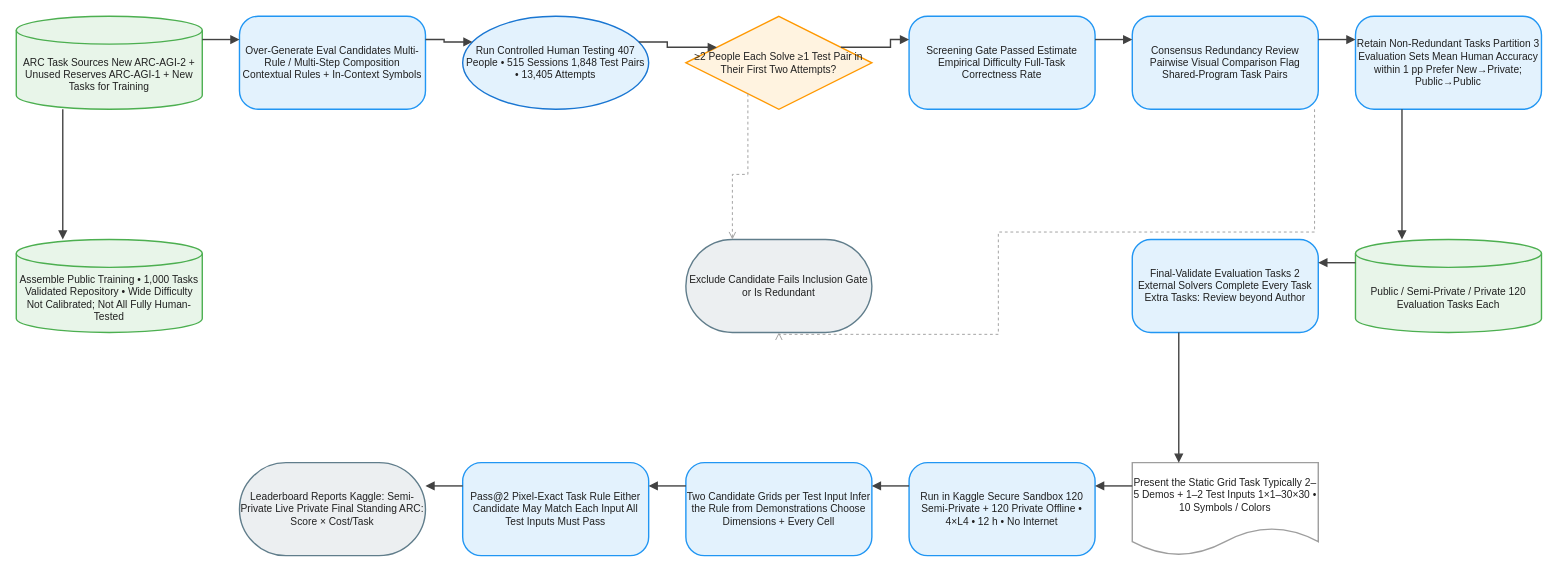
joe1chief/benchmark-hub keeps this draw.io diagram as client/public/drawio/ARC-AGI-2/ARC-AGI-2.en.drawio. Above is the earlier version. Source tidied: cells renumbered, new cells numbered last; positions are measured from the earlier drawing's top-left corner, leaving out a move shared by most shapes. Both pictures are drawn from the tidied source at 93%, with x=0, y=0 at pixel (16, 16).
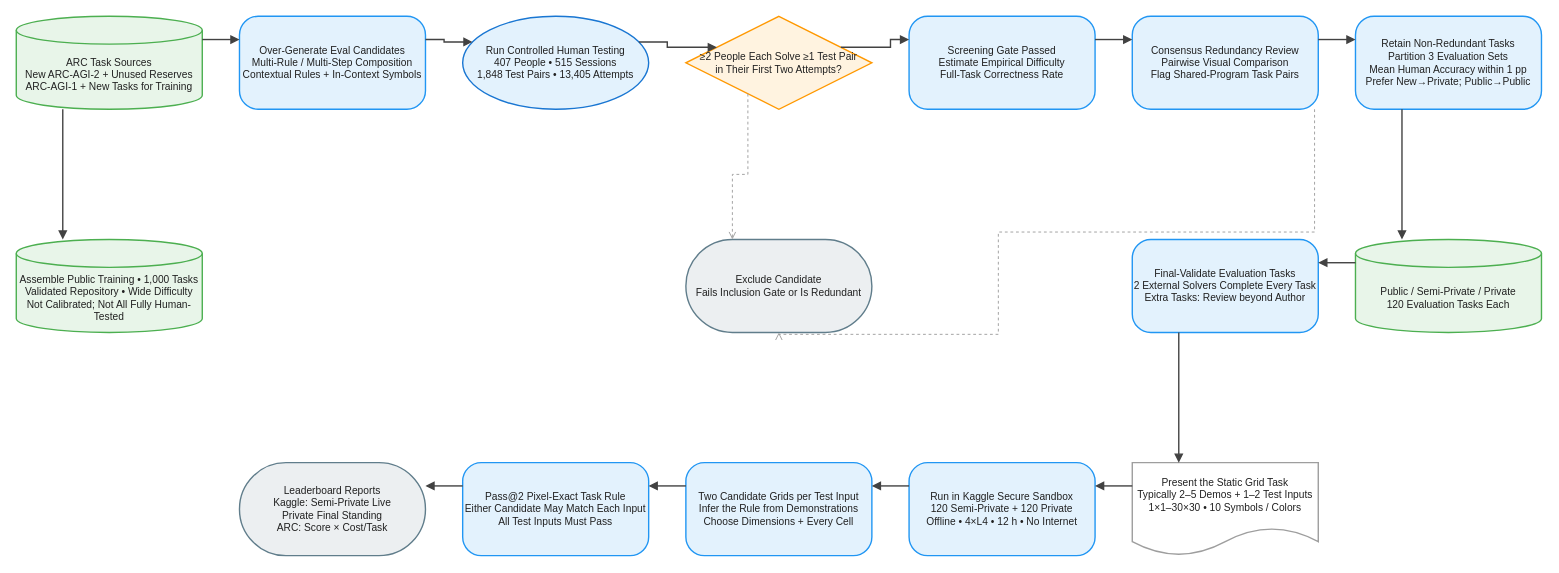
The same page after the edit.

Diff of the diagram source:
```diff
@@
-    <mxCell id="2" value="ARC Task Sources New ARC-AGI-2 + Unused Reserves ARC-AGI-1 + New Tasks for Training" style="shape=cylinder3;boundedLbl=1;backgroundOutline=1;size=15;html=1;whiteSpace=wrap;fillColor=#E8F5E9;strokeColor=#4CAF50;strokeWidth=1.5;fontColor=#212121;fontSize=11;fontFamily=Arial, Helvetica, sans-serif;verticalAlign=middle;align=center;" parent="1" vertex="1">
+    <mxCell id="2" value="ARC Task Sources&#10;New ARC-AGI-2 + Unused Reserves&#10;ARC-AGI-1 + New Tasks for Training" style="shape=cylinder3;boundedLbl=1;backgroundOutline=1;size=15;html=0;convertToSvg=1;whiteSpace=wrap;fillColor=#E8F5E9;strokeColor=#4CAF50;strokeWidth=1.5;fontColor=#212121;fontSize=11;fontFamily=Arial, Helvetica, sans-serif;verticalAlign=middle;align=center;" parent="1" vertex="1">
       <mxGeometry width="200" height="100" as="geometry" />
     </mxCell>
-    <mxCell id="3" value="Over-Generate Eval Candidates Multi-Rule / Multi-Step Composition Contextual Rules + In-Context Symbols" style="rounded=1;arcSize=20;html=1;whiteSpace=wrap;fillColor=#E3F2FD;strokeColor=#2196F3;strokeWidth=1.5;fontColor=#212121;fontSize=11;fontFamily=Arial, Helvetica, sans-serif;verticalAlign=middle;align=center;" parent="1" vertex="1">
+    <mxCell id="3" value="Over-Generate Eval Candidates&#10;Multi-Rule / Multi-Step Composition&#10;Contextual Rules + In-Context Symbols" style="rounded=1;arcSize=20;html=0;convertToSvg=1;whiteSpace=wrap;fillColor=#E3F2FD;strokeColor=#2196F3;strokeWidth=1.5;fontColor=#212121;fontSize=11;fontFamily=Arial, Helvetica, sans-serif;verticalAlign=middle;align=center;" parent="1" vertex="1">
       <mxGeometry x="240" width="200" height="100" as="geometry" />
     </mxCell>
-    <mxCell id="4" value="Run Controlled Human Testing 407 People • 515 Sessions 1,848 Test Pairs • 13,405 Attempts" style="ellipse;html=1;whiteSpace=wrap;fillColor=#E3F2FD;strokeColor=#1976D2;strokeWidth=1.5;fontColor=#212121;fontSize=11;fontFamily=Arial, Helvetica, sans-serif;verticalAlign=middle;align=center;" parent="1" vertex="1">
+    <mxCell id="4" value="Run Controlled Human Testing&#10;407 People • 515 Sessions&#10;1,848 Test Pairs • 13,405 Attempts" style="ellipse;html=0;convertToSvg=1;whiteSpace=wrap;fillColor=#E3F2FD;strokeColor=#1976D2;strokeWidth=1.5;fontColor=#212121;fontSize=11;fontFamily=Arial, Helvetica, sans-serif;verticalAlign=middle;align=center;" parent="1" vertex="1">
       <mxGeometry x="480" width="200" height="100" as="geometry" />
     </mxCell>
-    <mxCell id="5" value="≥2 People Each Solve ≥1 Test Pair in Their First Two Attempts?" style="rhombus;html=1;whiteSpace=wrap;fillColor=#FFF3E0;strokeColor=#FF9800;strokeWidth=1.5;fontColor=#212121;fontSize=11;fontFamily=Arial, Helvetica, sans-serif;verticalAlign=middle;align=center;" parent="1" vertex="1">
+    <mxCell id="5" value="≥2 People Each Solve ≥1 Test Pair&#10;in Their First Two Attempts?" style="rhombus;html=0;convertToSvg=1;whiteSpace=wrap;fillColor=#FFF3E0;strokeColor=#FF9800;strokeWidth=1.5;fontColor=#212121;fontSize=11;fontFamily=Arial, Helvetica, sans-serif;verticalAlign=middle;align=center;" parent="1" vertex="1">
       <mxGeometry x="720" width="200" height="100" as="geometry" />
     </mxCell>
-    <mxCell id="6" value="Screening Gate Passed Estimate Empirical Difficulty Full-Task Correctness Rate" style="rounded=1;arcSize=20;html=1;whiteSpace=wrap;fillColor=#E3F2FD;strokeColor=#2196F3;strokeWidth=1.5;fontColor=#212121;fontSize=11;fontFamily=Arial, Helvetica, sans-serif;verticalAlign=middle;align=center;" parent="1" vertex="1">
+    <mxCell id="6" value="Screening Gate Passed&#10;Estimate Empirical Difficulty&#10;Full-Task Correctness Rate" style="rounded=1;arcSize=20;html=0;convertToSvg=1;whiteSpace=wrap;fillColor=#E3F2FD;strokeColor=#2196F3;strokeWidth=1.5;fontColor=#212121;fontSize=11;fontFamily=Arial, Helvetica, sans-serif;verticalAlign=middle;align=center;" parent="1" vertex="1">
       <mxGeometry x="960" width="200" height="100" as="geometry" />
     </mxCell>
-    <mxCell id="7" value="Consensus Redundancy Review Pairwise Visual Comparison Flag Shared-Program Task Pairs" style="rounded=1;arcSize=20;html=1;whiteSpace=wrap;fillColor=#E3F2FD;strokeColor=#2196F3;strokeWidth=1.5;fontColor=#212121;fontSize=11;fontFamily=Arial, Helvetica, sans-serif;verticalAlign=middle;align=center;" parent="1" vertex="1">
+    <mxCell id="7" value="Consensus Redundancy Review&#10;Pairwise Visual Comparison&#10;Flag Shared-Program Task Pairs" style="rounded=1;arcSize=20;html=0;convertToSvg=1;whiteSpace=wrap;fillColor=#E3F2FD;strokeColor=#2196F3;strokeWidth=1.5;fontColor=#212121;fontSize=11;fontFamily=Arial, Helvetica, sans-serif;verticalAlign=middle;align=center;" parent="1" vertex="1">
       <mxGeometry x="1200" width="200" height="100" as="geometry" />
     </mxCell>
-    <mxCell id="8" value="Retain Non-Redundant Tasks Partition 3 Evaluation Sets Mean Human Accuracy within 1 pp Prefer New→Private; Public→Public" style="rounded=1;arcSize=20;html=1;whiteSpace=wrap;fillColor=#E3F2FD;strokeColor=#2196F3;strokeWidth=1.5;fontColor=#212121;fontSize=11;fontFamily=Arial, Helvetica, sans-serif;verticalAlign=middle;align=center;" parent="1" vertex="1">
+    <mxCell id="8" value="Retain Non-Redundant Tasks&#10;Partition 3 Evaluation Sets&#10;Mean Human Accuracy within 1 pp&#10;Prefer New→Private; Public→Public" style="rounded=1;arcSize=20;html=0;convertToSvg=1;whiteSpace=wrap;fillColor=#E3F2FD;strokeColor=#2196F3;strokeWidth=1.5;fontColor=#212121;fontSize=11;fontFamily=Arial, Helvetica, sans-serif;verticalAlign=middle;align=center;" parent="1" vertex="1">
       <mxGeometry x="1440" width="200" height="100" as="geometry" />
     </mxCell>
-    <mxCell id="9" value="Assemble Public Training • 1,000 Tasks Validated Repository • Wide Difficulty Not Calibrated; Not All Fully Human-Tested" style="shape=cylinder3;boundedLbl=1;backgroundOutline=1;size=15;html=1;whiteSpace=wrap;fillColor=#E8F5E9;strokeColor=#4CAF50;strokeWidth=1.5;fontColor=#212121;fontSize=11;fontFamily=Arial, Helvetica, sans-serif;verticalAlign=middle;align=center;" parent="1" vertex="1">
+    <mxCell id="9" value="Assemble Public Training • 1,000 Tasks&#10;Validated Repository • Wide Difficulty&#10;Not Calibrated; Not All Fully Human-Tested" style="shape=cylinder3;boundedLbl=1;backgroundOutline=1;size=15;html=0;convertToSvg=1;whiteSpace=wrap;fillColor=#E8F5E9;strokeColor=#4CAF50;strokeWidth=1.5;fontColor=#212121;fontSize=11;fontFamily=Arial, Helvetica, sans-serif;verticalAlign=middle;align=center;" parent="1" vertex="1">
       <mxGeometry y="240" width="200" height="100" as="geometry" />
     </mxCell>
-    <mxCell id="10" value="Public / Semi-Private / Private 120 Evaluation Tasks Each" style="shape=cylinder3;boundedLbl=1;backgroundOutline=1;size=15;html=1;whiteSpace=wrap;fillColor=#E8F5E9;strokeColor=#4CAF50;strokeWidth=1.5;fontColor=#212121;fontSize=11;fontFamily=Arial, Helvetica, sans-serif;verticalAlign=middle;align=center;" parent="1" vertex="1">
+    <mxCell id="10" value="Public / Semi-Private / Private&#10;120 Evaluation Tasks Each" style="shape=cylinder3;boundedLbl=1;backgroundOutline=1;size=15;html=0;convertToSvg=1;whiteSpace=wrap;fillColor=#E8F5E9;strokeColor=#4CAF50;strokeWidth=1.5;fontColor=#212121;fontSize=11;fontFamily=Arial, Helvetica, sans-serif;verticalAlign=middle;align=center;" parent="1" vertex="1">
       <mxGeometry x="1440" y="240" width="200" height="100" as="geometry" />
     </mxCell>
-    <mxCell id="11" value="Exclude Candidate Fails Inclusion Gate or Is Redundant" style="rounded=1;arcSize=50;html=1;whiteSpace=wrap;fillColor=#ECEFF1;strokeColor=#607D8B;strokeWidth=1.5;fontColor=#212121;fontSize=11;fontFamily=Arial, Helvetica, sans-serif;verticalAlign=middle;align=center;" parent="1" vertex="1">
+    <mxCell id="11" value="Exclude Candidate&#10;Fails Inclusion Gate or Is Redundant" style="rounded=1;arcSize=50;html=0;convertToSvg=1;whiteSpace=wrap;fillColor=#ECEFF1;strokeColor=#607D8B;strokeWidth=1.5;fontColor=#212121;fontSize=11;fontFamily=Arial, Helvetica, sans-serif;verticalAlign=middle;align=center;" parent="1" vertex="1">
       <mxGeometry x="720" y="240" width="200" height="100" as="geometry" />
     </mxCell>
-    <mxCell id="12" value="Final-Validate Evaluation Tasks 2 External Solvers Complete Every Task Extra Tasks: Review beyond Author" style="rounded=1;arcSize=20;html=1;whiteSpace=wrap;fillColor=#E3F2FD;strokeColor=#2196F3;strokeWidth=1.5;fontColor=#212121;fontSize=11;fontFamily=Arial, Helvetica, sans-serif;verticalAlign=middle;align=center;" parent="1" vertex="1">
+    <mxCell id="12" value="Final-Validate Evaluation Tasks&#10;2 External Solvers Complete Every Task&#10;Extra Tasks: Review beyond Author" style="rounded=1;arcSize=20;html=0;convertToSvg=1;whiteSpace=wrap;fillColor=#E3F2FD;strokeColor=#2196F3;strokeWidth=1.5;fontColor=#212121;fontSize=11;fontFamily=Arial, Helvetica, sans-serif;verticalAlign=middle;align=center;" parent="1" vertex="1">
       <mxGeometry x="1200" y="240" width="200" height="100" as="geometry" />
     </mxCell>
-    <mxCell id="13" value="Present the Static Grid Task Typically 2–5 Demos + 1–2 Test Inputs 1×1–30×30 • 10 Symbols / Colors" style="shape=document;boundedLbl=1;html=1;whiteSpace=wrap;fillColor=#FFFFFF;strokeColor=#9E9E9E;strokeWidth=1.5;fontColor=#212121;fontSize=11;fontFamily=Arial, Helvetica, sans-serif;verticalAlign=middle;align=center;" parent="1" vertex="1">
+    <mxCell id="13" value="Present the Static Grid Task&#10;Typically 2–5 Demos + 1–2 Test Inputs&#10;1×1–30×30 • 10 Symbols / Colors" style="shape=document;boundedLbl=1;html=0;convertToSvg=1;whiteSpace=wrap;fillColor=#FFFFFF;strokeColor=#9E9E9E;strokeWidth=1.5;fontColor=#212121;fontSize=11;fontFamily=Arial, Helvetica, sans-serif;verticalAlign=middle;align=center;" parent="1" vertex="1">
       <mxGeometry x="1200" y="480" width="200" height="100" as="geometry" />
     </mxCell>
-    <mxCell id="14" value="Run in Kaggle Secure Sandbox 120 Semi-Private + 120 Private Offline • 4×L4 • 12 h • No Internet" style="rounded=1;arcSize=20;html=1;whiteSpace=wrap;fillColor=#E3F2FD;strokeColor=#2196F3;strokeWidth=1.5;fontColor=#212121;fontSize=11;fontFamily=Arial, Helvetica, sans-serif;verticalAlign=middle;align=center;" parent="1" vertex="1">
+    <mxCell id="14" value="Run in Kaggle Secure Sandbox&#10;120 Semi-Private + 120 Private&#10;Offline • 4×L4 • 12 h • No Internet" style="rounded=1;arcSize=20;html=0;convertToSvg=1;whiteSpace=wrap;fillColor=#E3F2FD;strokeColor=#2196F3;strokeWidth=1.5;fontColor=#212121;fontSize=11;fontFamily=Arial, Helvetica, sans-serif;verticalAlign=middle;align=center;" parent="1" vertex="1">
       <mxGeometry x="960" y="480" width="200" height="100" as="geometry" />
     </mxCell>
-    <mxCell id="15" value="Two Candidate Grids per Test Input Infer the Rule from Demonstrations Choose Dimensions + Every Cell" style="rounded=1;arcSize=20;html=1;whiteSpace=wrap;fillColor=#E3F2FD;strokeColor=#2196F3;strokeWidth=1.5;fontColor=#212121;fontSize=11;fontFamily=Arial, Helvetica, sans-serif;verticalAlign=middle;align=center;" parent="1" vertex="1">
+    <mxCell id="15" value="Two Candidate Grids per Test Input&#10;Infer the Rule from Demonstrations&#10;Choose Dimensions + Every Cell" style="rounded=1;arcSize=20;html=0;convertToSvg=1;whiteSpace=wrap;fillColor=#E3F2FD;strokeColor=#2196F3;strokeWidth=1.5;fontColor=#212121;fontSize=11;fontFamily=Arial, Helvetica, sans-serif;verticalAlign=middle;align=center;" parent="1" vertex="1">
       <mxGeometry x="720" y="480" width="200" height="100" as="geometry" />
     </mxCell>
-    <mxCell id="16" value="Pass@2 Pixel-Exact Task Rule Either Candidate May Match Each Input All Test Inputs Must Pass" style="rounded=1;arcSize=20;html=1;whiteSpace=wrap;fillColor=#E3F2FD;strokeColor=#2196F3;strokeWidth=1.5;fontColor=#212121;fontSize=11;fontFamily=Arial, Helvetica, sans-serif;verticalAlign=middle;align=center;" parent="1" vertex="1">
+    <mxCell id="16" value="Pass@2 Pixel-Exact Task Rule&#10;Either Candidate May Match Each Input&#10;All Test Inputs Must Pass" style="rounded=1;arcSize=20;html=0;convertToSvg=1;whiteSpace=wrap;fillColor=#E3F2FD;strokeColor=#2196F3;strokeWidth=1.5;fontColor=#212121;fontSize=11;fontFamily=Arial, Helvetica, sans-serif;verticalAlign=middle;align=center;" parent="1" vertex="1">
       <mxGeometry x="480" y="480" width="200" height="100" as="geometry" />
     </mxCell>
-    <mxCell id="17" value="Leaderboard Reports Kaggle: Semi-Private Live Private Final Standing ARC: Score × Cost/Task" style="rounded=1;arcSize=50;html=1;whiteSpace=wrap;fillColor=#ECEFF1;strokeColor=#607D8B;strokeWidth=1.5;fontColor=#212121;fontSize=11;fontFamily=Arial, Helvetica, sans-serif;verticalAlign=middle;align=center;" parent="1" vertex="1">
+    <mxCell id="17" value="Leaderboard Reports&#10;Kaggle: Semi-Private Live&#10;Private Final Standing&#10;ARC: Score × Cost/Task" style="rounded=1;arcSize=50;html=0;convertToSvg=1;whiteSpace=wrap;fillColor=#ECEFF1;strokeColor=#607D8B;strokeWidth=1.5;fontColor=#212121;fontSize=11;fontFamily=Arial, Helvetica, sans-serif;verticalAlign=middle;align=center;" parent="1" vertex="1">
       <mxGeometry x="240" y="480" width="200" height="100" as="geometry" />
     </mxCell>
-    <mxCell id="18" style="edgeStyle=orthogonalEdgeStyle;rounded=0;jettySize=auto;html=1;strokeColor=#424242;strokeWidth=1.5;endArrow=block;endFill=1;exitX=1;exitY=0.25;exitDx=0;exitDy=0;entryX=0;entryY=0.25;entryDx=0;entryDy=0;jumpStyle=arc;jumpSize=8;" parent="1" edge="1" source="2" target="3">
+    <mxCell id="18" style="edgeStyle=orthogonalEdgeStyle;rounded=0;jettySize=auto;html=0;convertToSvg=1;strokeColor=#424242;strokeWidth=1.5;endArrow=block;endFill=1;exitX=1;exitY=0.25;exitDx=0;exitDy=0;entryX=0;entryY=0.25;entryDx=0;entryDy=0;jumpStyle=arc;jumpSize=8;" parent="1" edge="1" source="2" target="3">
       <mxGeometry relative="1" as="geometry" />
     </mxCell>
-    <mxCell id="19" style="edgeStyle=orthogonalEdgeStyle;rounded=0;jettySize=auto;html=1;strokeColor=#424242;strokeWidth=1.5;endArrow=block;endFill=1;exitX=0.25;exitY=1;exitDx=0;exitDy=0;entryX=0.25;entryY=0;entryDx=0;entryDy=0;jumpStyle=arc;jumpSize=8;" parent="1" edge="1" source="2" target="9">
+    <mxCell id="19" style="edgeStyle=orthogonalEdgeStyle;rounded=0;jettySize=auto;html=0;convertToSvg=1;strokeColor=#424242;strokeWidth=1.5;endArrow=block;endFill=1;exitX=0.25;exitY=1;exitDx=0;exitDy=0;entryX=0.25;entryY=0;entryDx=0;entryDy=0;jumpStyle=arc;jumpSize=8;" parent="1" edge="1" source="2" target="9">
       <mxGeometry relative="1" as="geometry" />
     </mxCell>
-    <mxCell id="20" style="edgeStyle=orthogonalEdgeStyle;rounded=0;jettySize=auto;html=1;strokeColor=#424242;strokeWidth=1.5;endArrow=block;endFill=1;exitX=1;exitY=0.25;exitDx=0;exitDy=0;entryX=0;entryY=0.25;entryDx=0;entryDy=0;jumpStyle=arc;jumpSize=8;" parent="1" edge="1" source="3" target="4">
+    <mxCell id="20" style="edgeStyle=orthogonalEdgeStyle;rounded=0;jettySize=auto;html=0;convertToSvg=1;strokeColor=#424242;strokeWidth=1.5;endArrow=block;endFill=1;exitX=1;exitY=0.25;exitDx=0;exitDy=0;entryX=0;entryY=0.25;entryDx=0;entryDy=0;jumpStyle=arc;jumpSize=8;" parent="1" edge="1" source="3" target="4">
       <mxGeometry relative="1" as="geometry" />
     </mxCell>
-    <mxCell id="21" style="edgeStyle=orthogonalEdgeStyle;rounded=0;jettySize=auto;html=1;strokeColor=#424242;strokeWidth=1.5;endArrow=block;endFill=1;exitX=1;exitY=0.25;exitDx=0;exitDy=0;entryX=0;entryY=0.25;entryDx=0;entryDy=0;jumpStyle=arc;jumpSize=8;" parent="1" edge="1" source="4" target="5">
+    <mxCell id="21" style="edgeStyle=orthogonalEdgeStyle;rounded=0;jettySize=auto;html=0;convertToSvg=1;strokeColor=#424242;strokeWidth=1.5;endArrow=block;endFill=1;exitX=1;exitY=0.25;exitDx=0;exitDy=0;entryX=0;entryY=0.25;entryDx=0;entryDy=0;jumpStyle=arc;jumpSize=8;" parent="1" edge="1" source="4" target="5">
       <mxGeometry relative="1" as="geometry" />
     </mxCell>
-    <mxCell id="22" style="edgeStyle=orthogonalEdgeStyle;rounded=0;jettySize=auto;html=1;strokeColor=#424242;strokeWidth=1.5;endArrow=block;endFill=1;exitX=1;exitY=0.25;exitDx=0;exitDy=0;entryX=0;entryY=0.25;entryDx=0;entryDy=0;jumpStyle=arc;jumpSize=8;" parent="1" edge="1" source="5" target="6">
+    <mxCell id="22" style="edgeStyle=orthogonalEdgeStyle;rounded=0;jettySize=auto;html=0;convertToSvg=1;strokeColor=#424242;strokeWidth=1.5;endArrow=block;endFill=1;exitX=1;exitY=0.25;exitDx=0;exitDy=0;entryX=0;entryY=0.25;entryDx=0;entryDy=0;jumpStyle=arc;jumpSize=8;" parent="1" edge="1" source="5" target="6">
       <mxGeometry relative="1" as="geometry" />
     </mxCell>
-    <mxCell id="23" style="edgeStyle=orthogonalEdgeStyle;rounded=0;jettySize=auto;html=1;strokeColor=#9E9E9E;strokeWidth=1;endArrow=open;endFill=0;exitX=0.25;exitY=1;exitDx=0;exitDy=0;entryX=0.25;entryY=0;entryDx=0;entryDy=0;dashed=1;dashPattern=3 3;jumpStyle=arc;jumpSize=8;" parent="1" edge="1" source="5" target="11">
+    <mxCell id="23" style="edgeStyle=orthogonalEdgeStyle;rounded=0;jettySize=auto;html=0;convertToSvg=1;strokeColor=#9E9E9E;strokeWidth=1;endArrow=open;endFill=0;exitX=0.25;exitY=1;exitDx=0;exitDy=0;entryX=0.25;entryY=0;entryDx=0;entryDy=0;dashed=1;dashPattern=3 3;jumpStyle=arc;jumpSize=8;" parent="1" edge="1" source="5" target="11">
       <mxGeometry relative="1" as="geometry" />
     </mxCell>
-    <mxCell id="24" style="edgeStyle=orthogonalEdgeStyle;rounded=0;jettySize=auto;html=1;strokeColor=#424242;strokeWidth=1.5;endArrow=block;endFill=1;exitX=1;exitY=0.25;exitDx=0;exitDy=0;entryX=0;entryY=0.25;entryDx=0;entryDy=0;jumpStyle=arc;jumpSize=8;" parent="1" edge="1" source="6" target="7">
+    <mxCell id="24" style="edgeStyle=orthogonalEdgeStyle;rounded=0;jettySize=auto;html=0;convertToSvg=1;strokeColor=#424242;strokeWidth=1.5;endArrow=block;endFill=1;exitX=1;exitY=0.25;exitDx=0;exitDy=0;entryX=0;entryY=0.25;entryDx=0;entryDy=0;jumpStyle=arc;jumpSize=8;" parent="1" edge="1" source="6" target="7">
       <mxGeometry relative="1" as="geometry" />
     </mxCell>
-    <mxCell id="25" style="edgeStyle=orthogonalEdgeStyle;rounded=0;jettySize=auto;html=1;strokeColor=#424242;strokeWidth=1.5;endArrow=block;endFill=1;exitX=1;exitY=0.25;exitDx=0;exitDy=0;entryX=0;entryY=0.25;entryDx=0;entryDy=0;jumpStyle=arc;jumpSize=8;" parent="1" edge="1" source="7" target="8">
+    <mxCell id="25" style="edgeStyle=orthogonalEdgeStyle;rounded=0;jettySize=auto;html=0;convertToSvg=1;strokeColor=#424242;strokeWidth=1.5;endArrow=block;endFill=1;exitX=1;exitY=0.25;exitDx=0;exitDy=0;entryX=0;entryY=0.25;entryDx=0;entryDy=0;jumpStyle=arc;jumpSize=8;" parent="1" edge="1" source="7" target="8">
       <mxGeometry relative="1" as="geometry" />
     </mxCell>
-    <mxCell id="26" style="edgeStyle=orthogonalEdgeStyle;rounded=0;jettySize=auto;html=1;strokeColor=#9E9E9E;strokeWidth=1;endArrow=open;endFill=0;dashed=1;dashPattern=3 3;jumpStyle=arc;jumpSize=8;" parent="1" edge="1" source="7" target="11">
+    <mxCell id="26" style="edgeStyle=orthogonalEdgeStyle;rounded=0;jettySize=auto;html=0;convertToSvg=1;strokeColor=#9E9E9E;strokeWidth=1;endArrow=open;endFill=0;dashed=1;dashPattern=3 3;jumpStyle=arc;jumpSize=8;" parent="1" edge="1" source="7" target="11">
       <mxGeometry relative="1" as="geometry">
         <Array as="points">
           <mxPoint x="1396" y="232" />
           <mxPoint x="1056" y="232" />
           <mxPoint x="1056" y="342" />
         </Array>
       </mxGeometry>
     </mxCell>
-    <mxCell id="27" style="edgeStyle=orthogonalEdgeStyle;rounded=0;jettySize=auto;html=1;strokeColor=#424242;strokeWidth=1.5;endArrow=block;endFill=1;exitX=0.25;exitY=1;exitDx=0;exitDy=0;entryX=0.25;entryY=0;entryDx=0;entryDy=0;jumpStyle=arc;jumpSize=8;" parent="1" edge="1" source="8" target="10">
+    <mxCell id="27" style="edgeStyle=orthogonalEdgeStyle;rounded=0;jettySize=auto;html=0;convertToSvg=1;strokeColor=#424242;strokeWidth=1.5;endArrow=block;endFill=1;exitX=0.25;exitY=1;exitDx=0;exitDy=0;entryX=0.25;entryY=0;entryDx=0;entryDy=0;jumpStyle=arc;jumpSize=8;" parent="1" edge="1" source="8" target="10">
       <mxGeometry relative="1" as="geometry" />
     </mxCell>
-    <mxCell id="28" style="edgeStyle=orthogonalEdgeStyle;rounded=0;jettySize=auto;html=1;strokeColor=#424242;strokeWidth=1.5;endArrow=block;endFill=1;exitX=0;exitY=0.25;exitDx=0;exitDy=0;entryX=1;entryY=0.25;entryDx=0;entryDy=0;jumpStyle=arc;jumpSize=8;" parent="1" edge="1" source="10" target="12">
+    <mxCell id="28" style="edgeStyle=orthogonalEdgeStyle;rounded=0;jettySize=auto;html=0;convertToSvg=1;strokeColor=#424242;strokeWidth=1.5;endArrow=block;endFill=1;exitX=0;exitY=0.25;exitDx=0;exitDy=0;entryX=1;entryY=0.25;entryDx=0;entryDy=0;jumpStyle=arc;jumpSize=8;" parent="1" edge="1" source="10" target="12">
       <mxGeometry relative="1" as="geometry" />
     </mxCell>
-    <mxCell id="29" style="edgeStyle=orthogonalEdgeStyle;rounded=0;jettySize=auto;html=1;strokeColor=#424242;strokeWidth=1.5;endArrow=block;endFill=1;exitX=0.25;exitY=1;exitDx=0;exitDy=0;entryX=0.25;entryY=0;entryDx=0;entryDy=0;jumpStyle=arc;jumpSize=8;" parent="1" edge="1" source="12" target="13">
+    <mxCell id="29" style="edgeStyle=orthogonalEdgeStyle;rounded=0;jettySize=auto;html=0;convertToSvg=1;strokeColor=#424242;strokeWidth=1.5;endArrow=block;endFill=1;exitX=0.25;exitY=1;exitDx=0;exitDy=0;entryX=0.25;entryY=0;entryDx=0;entryDy=0;jumpStyle=arc;jumpSize=8;" parent="1" edge="1" source="12" target="13">
       <mxGeometry relative="1" as="geometry" />
     </mxCell>
-    <mxCell id="30" style="edgeStyle=orthogonalEdgeStyle;rounded=0;jettySize=auto;html=1;strokeColor=#424242;strokeWidth=1.5;endArrow=block;endFill=1;exitX=0;exitY=0.25;exitDx=0;exitDy=0;entryX=1;entryY=0.25;entryDx=0;entryDy=0;jumpStyle=arc;jumpSize=8;" parent="1" edge="1" source="13" target="14">
+    <mxCell id="30" style="edgeStyle=orthogonalEdgeStyle;rounded=0;jettySize=auto;html=0;convertToSvg=1;strokeColor=#424242;strokeWidth=1.5;endArrow=block;endFill=1;exitX=0;exitY=0.25;exitDx=0;exitDy=0;entryX=1;entryY=0.25;entryDx=0;entryDy=0;jumpStyle=arc;jumpSize=8;" parent="1" edge="1" source="13" target="14">
       <mxGeometry relative="1" as="geometry" />
     </mxCell>
-    <mxCell id="31" style="edgeStyle=orthogonalEdgeStyle;rounded=0;jettySize=auto;html=1;strokeColor=#424242;strokeWidth=1.5;endArrow=block;endFill=1;exitX=0;exitY=0.25;exitDx=0;exitDy=0;entryX=1;entryY=0.25;entryDx=0;entryDy=0;jumpStyle=arc;jumpSize=8;" parent="1" edge="1" source="14" target="15">
+    <mxCell id="31" style="edgeStyle=orthogonalEdgeStyle;rounded=0;jettySize=auto;html=0;convertToSvg=1;strokeColor=#424242;strokeWidth=1.5;endArrow=block;endFill=1;exitX=0;exitY=0.25;exitDx=0;exitDy=0;entryX=1;entryY=0.25;entryDx=0;entryDy=0;jumpStyle=arc;jumpSize=8;" parent="1" edge="1" source="14" target="15">
       <mxGeometry relative="1" as="geometry" />
     </mxCell>
-    <mxCell id="32" style="edgeStyle=orthogonalEdgeStyle;rounded=0;jettySize=auto;html=1;strokeColor=#424242;strokeWidth=1.5;endArrow=block;endFill=1;exitX=0;exitY=0.25;exitDx=0;exitDy=0;entryX=1;entryY=0.25;entryDx=0;entryDy=0;jumpStyle=arc;jumpSize=8;" parent="1" edge="1" source="15" target="16">
+    <mxCell id="32" style="edgeStyle=orthogonalEdgeStyle;rounded=0;jettySize=auto;html=0;convertToSvg=1;strokeColor=#424242;strokeWidth=1.5;endArrow=block;endFill=1;exitX=0;exitY=0.25;exitDx=0;exitDy=0;entryX=1;entryY=0.25;entryDx=0;entryDy=0;jumpStyle=arc;jumpSize=8;" parent="1" edge="1" source="15" target="16">
       <mxGeometry relative="1" as="geometry" />
     </mxCell>
-    <mxCell id="33" style="edgeStyle=orthogonalEdgeStyle;rounded=0;jettySize=auto;html=1;strokeColor=#424242;strokeWidth=1.5;endArrow=block;endFill=1;exitX=0;exitY=0.25;exitDx=0;exitDy=0;entryX=1;entryY=0.25;entryDx=0;entryDy=0;jumpStyle=arc;jumpSize=8;" parent="1" edge="1" source="16" target="17">
+    <mxCell id="33" style="edgeStyle=orthogonalEdgeStyle;rounded=0;jettySize=auto;html=0;convertToSvg=1;strokeColor=#424242;strokeWidth=1.5;endArrow=block;endFill=1;exitX=0;exitY=0.25;exitDx=0;exitDy=0;entryX=1;entryY=0.25;entryDx=0;entryDy=0;jumpStyle=arc;jumpSize=8;" parent="1" edge="1" source="16" target="17">
       <mxGeometry relative="1" as="geometry" />
     </mxCell>
```
